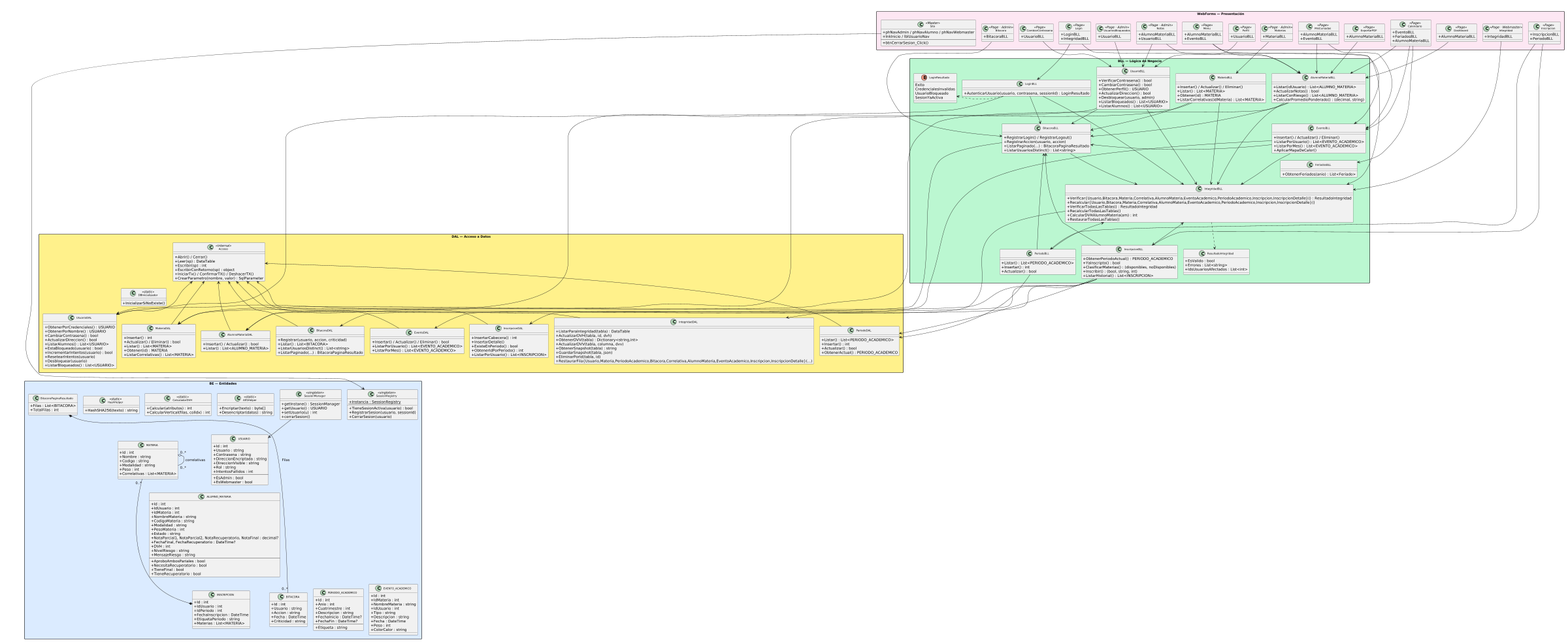
The PlantUML diagram DIAGRAMAS/DiagramaClases.png in Urrels/tpDYAWeb, before a commit.
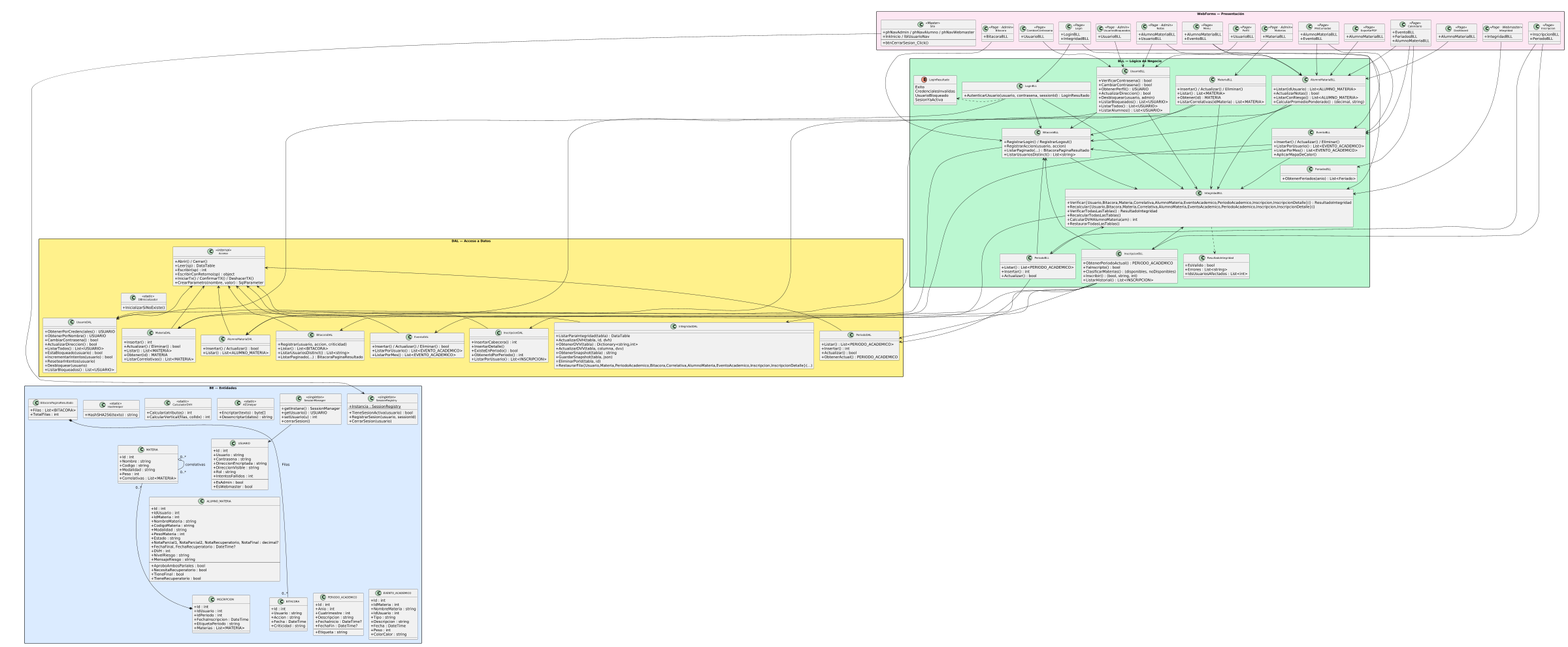
After the change.

Commit message:
docs: actualizar el diagrama de clases (UsuarioDAL.ListarTodos)

Change to the diagram source:
```diff
@@ -166,7 +166,7 @@
     +ObtenerPorNombre() : USUARIO
     +CambiarContrasena() : bool
     +ActualizarDireccion() : bool
-    +ListarAlumnos() : List<USUARIO>
+    +ListarTodos() : List<USUARIO>
     +EstaBloqueado(usuario) : bool
     +IncrementarIntentos(usuario) : bool
     +ResetearIntentos(usuario)
@@ -266,6 +266,7 @@
     +ActualizarDireccion() : bool
     +Desbloquear(usuario, admin)
     +ListarBloqueados() : List<USUARIO>
+    +ListarTodos() : List<USUARIO>
     +ListarAlumnos() : List<USUARIO>
   }
 
```
